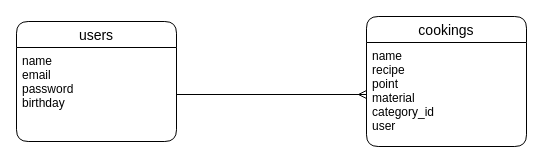
Before: test.dio in yamamuro1138/Home-cooking, a draw.io diagram. Source tidied: cells renumbered, new cells numbered last; positions are measured from the earlier drawing's top-left corner, leaving out a move shared by most shapes. Both pictures are drawn from the tidied source at 100%, with x=0, y=0 at pixel (16, 16).
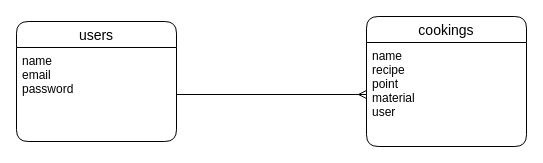
The same diagram, later.

Commit message (it also covers changes not shown here):
Readme,ER図ヘッダーの修正

Change to the diagram source:
```diff
@@
 <mxGraphModel>
   <root>
     <mxCell id="0" />
     <mxCell id="1" parent="0" />
     <mxCell id="2" value="users" style="swimlane;fontStyle=0;horizontal=1;startSize=26;align=center;fontSize=14;sketch=0;rounded=1;" parent="1" vertex="1">
       <mxGeometry y="5" width="160" height="120" as="geometry" />
     </mxCell>
-    <mxCell id="3" value="name&#10;email&#10;password&#10;birthday" style="text;strokeColor=none;fillColor=none;spacingLeft=4;spacingRight=4;overflow=hidden;points=[[0,0.5],[1,0.5]];portConstraint=eastwest;fontSize=12;rounded=1;" parent="2" vertex="1">
+    <mxCell id="3" value="name&#10;email&#10;password" style="text;strokeColor=none;fillColor=none;spacingLeft=4;spacingRight=4;overflow=hidden;points=[[0,0.5],[1,0.5]];portConstraint=eastwest;fontSize=12;rounded=1;" parent="2" vertex="1">
       <mxGeometry y="26" width="160" height="94" as="geometry" />
     </mxCell>
     <mxCell id="4" value="cookings" style="swimlane;fontStyle=0;horizontal=1;startSize=26;align=center;fontSize=14;sketch=0;rounded=1;" parent="1" vertex="1">
       <mxGeometry x="350" width="160" height="130" as="geometry" />
     </mxCell>
-    <mxCell id="5" value="name&#10;recipe&#10;point&#10;material&#10;category_id&#10;user" style="text;strokeColor=none;fillColor=none;spacingLeft=4;spacingRight=4;overflow=hidden;points=[[0,0.5],[1,0.5]];portConstraint=eastwest;fontSize=12;rounded=1;" parent="4" vertex="1">
+    <mxCell id="5" value="name&#10;recipe&#10;point&#10;material&#10;user" style="text;strokeColor=none;fillColor=none;spacingLeft=4;spacingRight=4;overflow=hidden;points=[[0,0.5],[1,0.5]];portConstraint=eastwest;fontSize=12;rounded=1;" parent="4" vertex="1">
       <mxGeometry y="26" width="160" height="104" as="geometry" />
     </mxCell>
     <mxCell id="6" style="edgeStyle=orthogonalEdgeStyle;curved=0;sketch=0;jettySize=auto;html=1;entryX=0;entryY=0.5;entryDx=0;entryDy=0;endArrow=ERmany;endFill=0;" parent="1" edge="1" source="3" target="5">
       <mxGeometry relative="1" as="geometry" />
     </mxCell>
   </root>
 </mxGraphModel>
```
